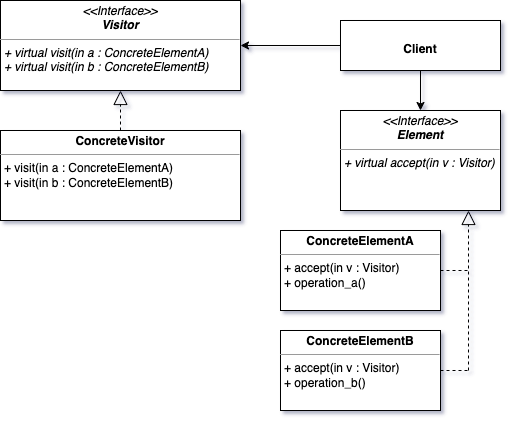
Earlier version of the draw.io export img/visitor.png (cmbrandt/cxx-fundamentals). Source tidied: cells renumbered, new cells last; positions are measured from the earlier drawing's top-left corner, leaving out a move shared by most shapes.
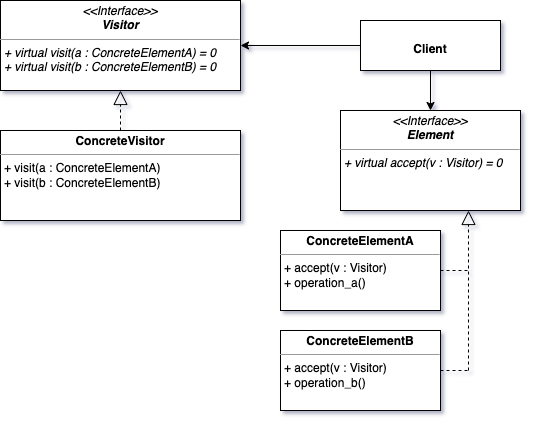
The same file after the commit.

Change to the diagram source:
```diff
@@ -2,22 +2,22 @@
   <root>
     <mxCell id="0" />
     <mxCell id="1" parent="0" />
-    <mxCell id="2" value="&lt;p style=&quot;margin:0px;margin-top:4px;text-align:center;&quot;&gt;&lt;b&gt;ConcreteElementA&lt;/b&gt;&lt;/p&gt;&lt;hr size=&quot;1&quot;&gt;&lt;p style=&quot;margin:0px;margin-left:4px;&quot;&gt;+ accept(in v : Visitor)&lt;/p&gt;&lt;p style=&quot;margin:0px;margin-left:4px;&quot;&gt;+ operation_a()&lt;/p&gt;&lt;p style=&quot;margin:0px;margin-left:4px;&quot;&gt;&lt;br&gt;&lt;/p&gt;" style="verticalAlign=top;align=left;overflow=fill;fontSize=12;fontFamily=Helvetica;html=1;whiteSpace=wrap;" parent="1" vertex="1">
+    <mxCell id="2" value="&lt;p style=&quot;margin:0px;margin-top:4px;text-align:center;&quot;&gt;&lt;b&gt;ConcreteElementA&lt;/b&gt;&lt;/p&gt;&lt;hr size=&quot;1&quot;&gt;&lt;p style=&quot;margin:0px;margin-left:4px;&quot;&gt;+ accept(v : Visitor)&lt;/p&gt;&lt;p style=&quot;margin:0px;margin-left:4px;&quot;&gt;+ operation_a()&lt;/p&gt;&lt;p style=&quot;margin:0px;margin-left:4px;&quot;&gt;&lt;br&gt;&lt;/p&gt;" style="verticalAlign=top;align=left;overflow=fill;fontSize=12;fontFamily=Helvetica;html=1;whiteSpace=wrap;" parent="1" vertex="1">
       <mxGeometry x="280" y="230" width="160" height="80" as="geometry" />
     </mxCell>
-    <mxCell id="3" value="&lt;p style=&quot;margin:0px;margin-top:4px;text-align:center;&quot;&gt;&lt;b&gt;ConcreteVisitor&lt;/b&gt;&lt;/p&gt;&lt;hr size=&quot;1&quot;&gt;&lt;p style=&quot;margin:0px;margin-left:4px;&quot;&gt;+ visit(in a : ConcreteElementA)&lt;/p&gt;&lt;p style=&quot;margin:0px;margin-left:4px;&quot;&gt;+ visit(in b : ConcreteElementB)&lt;/p&gt;&lt;p style=&quot;margin:0px;margin-left:4px;&quot;&gt;&lt;br&gt;&lt;/p&gt;" style="verticalAlign=top;align=left;overflow=fill;fontSize=12;fontFamily=Helvetica;html=1;whiteSpace=wrap;" parent="1" vertex="1">
+    <mxCell id="3" value="&lt;p style=&quot;margin:0px;margin-top:4px;text-align:center;&quot;&gt;&lt;b&gt;ConcreteVisitor&lt;/b&gt;&lt;/p&gt;&lt;hr size=&quot;1&quot;&gt;&lt;p style=&quot;margin:0px;margin-left:4px;&quot;&gt;+ visit(a : ConcreteElementA)&lt;/p&gt;&lt;p style=&quot;margin:0px;margin-left:4px;&quot;&gt;+ visit(b : ConcreteElementB)&lt;/p&gt;&lt;p style=&quot;margin:0px;margin-left:4px;&quot;&gt;&lt;br&gt;&lt;/p&gt;" style="verticalAlign=top;align=left;overflow=fill;fontSize=12;fontFamily=Helvetica;html=1;whiteSpace=wrap;" parent="1" vertex="1">
       <mxGeometry y="130" width="240" height="90" as="geometry" />
     </mxCell>
     <mxCell id="4" value="&lt;p style=&quot;margin:0px;margin-top:4px;text-align:center;&quot;&gt;&lt;b&gt;&lt;br&gt;&lt;/b&gt;&lt;/p&gt;&lt;p style=&quot;margin:0px;margin-top:4px;text-align:center;&quot;&gt;&lt;b&gt;Client&lt;/b&gt;&lt;/p&gt;&lt;p style=&quot;margin:0px;margin-left:4px;&quot;&gt;&lt;br&gt;&lt;/p&gt;" style="verticalAlign=top;align=left;overflow=fill;fontSize=12;fontFamily=Helvetica;html=1;whiteSpace=wrap;" parent="1" vertex="1">
-      <mxGeometry x="340" y="20" width="160" height="50" as="geometry" />
+      <mxGeometry x="360" y="20" width="140" height="50" as="geometry" />
     </mxCell>
-    <mxCell id="5" value="&lt;p style=&quot;margin:0px;margin-top:4px;text-align:center;&quot;&gt;&lt;i&gt;&amp;lt;&amp;lt;Interface&amp;gt;&amp;gt;&lt;/i&gt;&lt;br&gt;&lt;b&gt;&lt;i&gt;Element&lt;/i&gt;&lt;/b&gt;&lt;/p&gt;&lt;hr size=&quot;1&quot;&gt;&lt;p style=&quot;margin:0px;margin-left:4px;&quot;&gt;&lt;i&gt;+ virtual accept(in v : Visitor)&lt;br&gt;&lt;/i&gt;&lt;/p&gt;&lt;p style=&quot;margin:0px;margin-left:4px;&quot;&gt;&lt;br&gt;&lt;/p&gt;" style="verticalAlign=top;align=left;overflow=fill;fontSize=12;fontFamily=Helvetica;html=1;whiteSpace=wrap;" parent="1" vertex="1">
-      <mxGeometry x="340" y="110" width="160" height="100" as="geometry" />
+    <mxCell id="5" value="&lt;p style=&quot;margin:0px;margin-top:4px;text-align:center;&quot;&gt;&lt;i&gt;&amp;lt;&amp;lt;Interface&amp;gt;&amp;gt;&lt;/i&gt;&lt;br&gt;&lt;b&gt;&lt;i&gt;Element&lt;/i&gt;&lt;/b&gt;&lt;/p&gt;&lt;hr size=&quot;1&quot;&gt;&lt;p style=&quot;margin:0px;margin-left:4px;&quot;&gt;&lt;i&gt;+ virtual accept(v : Visitor) = 0&lt;br&gt;&lt;/i&gt;&lt;/p&gt;&lt;p style=&quot;margin:0px;margin-left:4px;&quot;&gt;&lt;br&gt;&lt;/p&gt;" style="verticalAlign=top;align=left;overflow=fill;fontSize=12;fontFamily=Helvetica;html=1;whiteSpace=wrap;" parent="1" vertex="1">
+      <mxGeometry x="340" y="110" width="180" height="100" as="geometry" />
     </mxCell>
-    <mxCell id="6" value="&lt;p style=&quot;margin:0px;margin-top:4px;text-align:center;&quot;&gt;&lt;i&gt;&amp;lt;&amp;lt;Interface&amp;gt;&amp;gt;&lt;/i&gt;&lt;br&gt;&lt;b&gt;&lt;i&gt;Visitor&lt;/i&gt;&lt;/b&gt;&lt;/p&gt;&lt;hr size=&quot;1&quot;&gt;&lt;p style=&quot;margin:0px;margin-left:4px;&quot;&gt;&lt;i&gt;+ virtual visit(in a : ConcreteElementA)&lt;br&gt;+ virtual visit(in b : ConcreteElementB)&lt;/i&gt;&lt;/p&gt;" style="verticalAlign=top;align=left;overflow=fill;fontSize=12;fontFamily=Helvetica;html=1;whiteSpace=wrap;" parent="1" vertex="1">
+    <mxCell id="6" value="&lt;p style=&quot;margin:0px;margin-top:4px;text-align:center;&quot;&gt;&lt;i&gt;&amp;lt;&amp;lt;Interface&amp;gt;&amp;gt;&lt;/i&gt;&lt;br&gt;&lt;b&gt;&lt;i&gt;Visitor&lt;/i&gt;&lt;/b&gt;&lt;/p&gt;&lt;hr size=&quot;1&quot;&gt;&lt;p style=&quot;margin:0px;margin-left:4px;&quot;&gt;&lt;i&gt;+ virtual visit(a : ConcreteElementA) = 0&lt;br&gt;+ virtual visit(b : ConcreteElementB) = 0&lt;/i&gt;&lt;/p&gt;" style="verticalAlign=top;align=left;overflow=fill;fontSize=12;fontFamily=Helvetica;html=1;whiteSpace=wrap;" parent="1" vertex="1">
       <mxGeometry width="240" height="90" as="geometry" />
     </mxCell>
-    <mxCell id="7" value="&lt;p style=&quot;margin:0px;margin-top:4px;text-align:center;&quot;&gt;&lt;b&gt;ConcreteElementB&lt;/b&gt;&lt;/p&gt;&lt;hr size=&quot;1&quot;&gt;&lt;p style=&quot;margin:0px;margin-left:4px;&quot;&gt;+ accept(in v : Visitor)&lt;/p&gt;&lt;p style=&quot;margin:0px;margin-left:4px;&quot;&gt;+ operation_b()&lt;/p&gt;&lt;p style=&quot;margin:0px;margin-left:4px;&quot;&gt;&lt;br&gt;&lt;/p&gt;" style="verticalAlign=top;align=left;overflow=fill;fontSize=12;fontFamily=Helvetica;html=1;whiteSpace=wrap;" parent="1" vertex="1">
+    <mxCell id="7" value="&lt;p style=&quot;margin:0px;margin-top:4px;text-align:center;&quot;&gt;&lt;b&gt;ConcreteElementB&lt;/b&gt;&lt;/p&gt;&lt;hr size=&quot;1&quot;&gt;&lt;p style=&quot;margin:0px;margin-left:4px;&quot;&gt;+ accept(v : Visitor)&lt;/p&gt;&lt;p style=&quot;margin:0px;margin-left:4px;&quot;&gt;+ operation_b()&lt;/p&gt;&lt;p style=&quot;margin:0px;margin-left:4px;&quot;&gt;&lt;br&gt;&lt;/p&gt;" style="verticalAlign=top;align=left;overflow=fill;fontSize=12;fontFamily=Helvetica;html=1;whiteSpace=wrap;" parent="1" vertex="1">
       <mxGeometry x="280" y="330" width="160" height="80" as="geometry" />
     </mxCell>
     <mxCell id="8" style="endArrow=block;dashed=1;endFill=0;endSize=12;html=1;rounded=0;entryX=0.5;entryY=1;entryDx=0;entryDy=0;exitX=0.5;exitY=0;exitDx=0;exitDy=0;" parent="1" edge="1" source="3" target="6">
```
